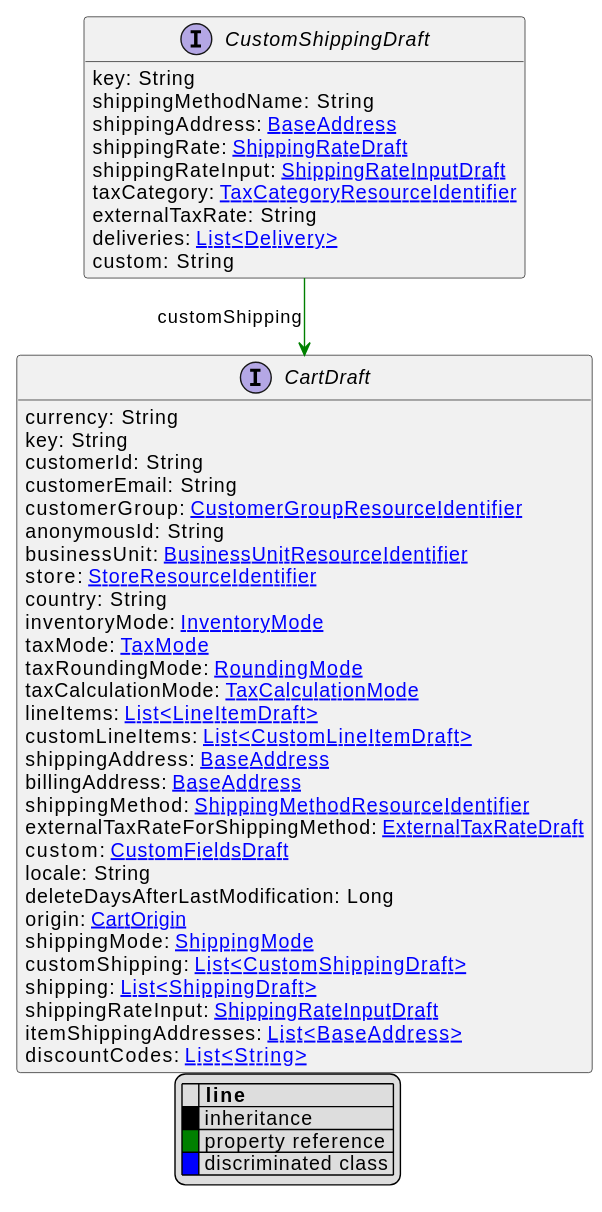
commercetools/commercetools-api-reference keeps this PlantUML diagram as uml/api/svg/CustomShippingDraft.svg. Above is the earlier version.
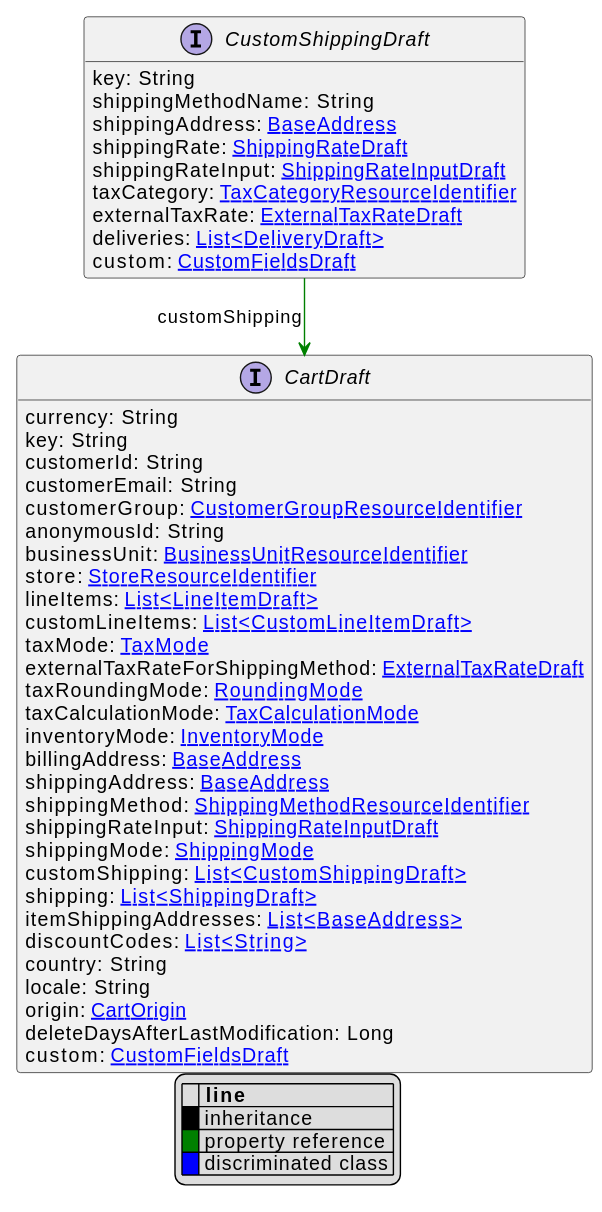
The same diagram one commit later.

What changed in the source:
```diff
@@ -15,9 +15,9 @@
     shippingRate: [[ShippingRateDraft.svg ShippingRateDraft]]
     shippingRateInput: [[ShippingRateInputDraft.svg ShippingRateInputDraft]]
     taxCategory: [[TaxCategoryResourceIdentifier.svg TaxCategoryResourceIdentifier]]
-    externalTaxRate: String
-    deliveries: [[Delivery.svg List<Delivery>]]
-    custom: String
+    externalTaxRate: [[ExternalTaxRateDraft.svg ExternalTaxRateDraft]]
+    deliveries: [[DeliveryDraft.svg List<DeliveryDraft>]]
+    custom: [[CustomFieldsDraft.svg CustomFieldsDraft]]
 }
 
 
@@ -31,27 +31,27 @@
     anonymousId: String
     businessUnit: [[BusinessUnitResourceIdentifier.svg BusinessUnitResourceIdentifier]]
     store: [[StoreResourceIdentifier.svg StoreResourceIdentifier]]
-    country: String
-    inventoryMode: [[InventoryMode.svg InventoryMode]]
+    lineItems: [[LineItemDraft.svg List<LineItemDraft>]]
+    customLineItems: [[CustomLineItemDraft.svg List<CustomLineItemDraft>]]
     taxMode: [[TaxMode.svg TaxMode]]
+    externalTaxRateForShippingMethod: [[ExternalTaxRateDraft.svg ExternalTaxRateDraft]]
     taxRoundingMode: [[RoundingMode.svg RoundingMode]]
     taxCalculationMode: [[TaxCalculationMode.svg TaxCalculationMode]]
-    lineItems: [[LineItemDraft.svg List<LineItemDraft>]]
-    customLineItems: [[CustomLineItemDraft.svg List<CustomLineItemDraft>]]
+    inventoryMode: [[InventoryMode.svg InventoryMode]]
+    billingAddress: [[BaseAddress.svg BaseAddress]]
     shippingAddress: [[BaseAddress.svg BaseAddress]]
-    billingAddress: [[BaseAddress.svg BaseAddress]]
     shippingMethod: [[ShippingMethodResourceIdentifier.svg ShippingMethodResourceIdentifier]]
-    externalTaxRateForShippingMethod: [[ExternalTaxRateDraft.svg ExternalTaxRateDraft]]
-    custom: [[CustomFieldsDraft.svg CustomFieldsDraft]]
-    locale: String
-    deleteDaysAfterLastModification: Long
-    origin: [[CartOrigin.svg CartOrigin]]
+    shippingRateInput: [[ShippingRateInputDraft.svg ShippingRateInputDraft]]
     shippingMode: [[ShippingMode.svg ShippingMode]]
     customShipping: [[CustomShippingDraft.svg List<CustomShippingDraft>]]
     shipping: [[ShippingDraft.svg List<ShippingDraft>]]
-    shippingRateInput: [[ShippingRateInputDraft.svg ShippingRateInputDraft]]
     itemShippingAddresses: [[BaseAddress.svg List<BaseAddress>]]
     discountCodes: [[String.svg List<String>]]
+    country: String
+    locale: String
+    origin: [[CartOrigin.svg CartOrigin]]
+    deleteDaysAfterLastModification: Long
+    custom: [[CustomFieldsDraft.svg CustomFieldsDraft]]
 }
 
 CustomShippingDraft --> CartDraft #green;text:green : "customShipping"
```
